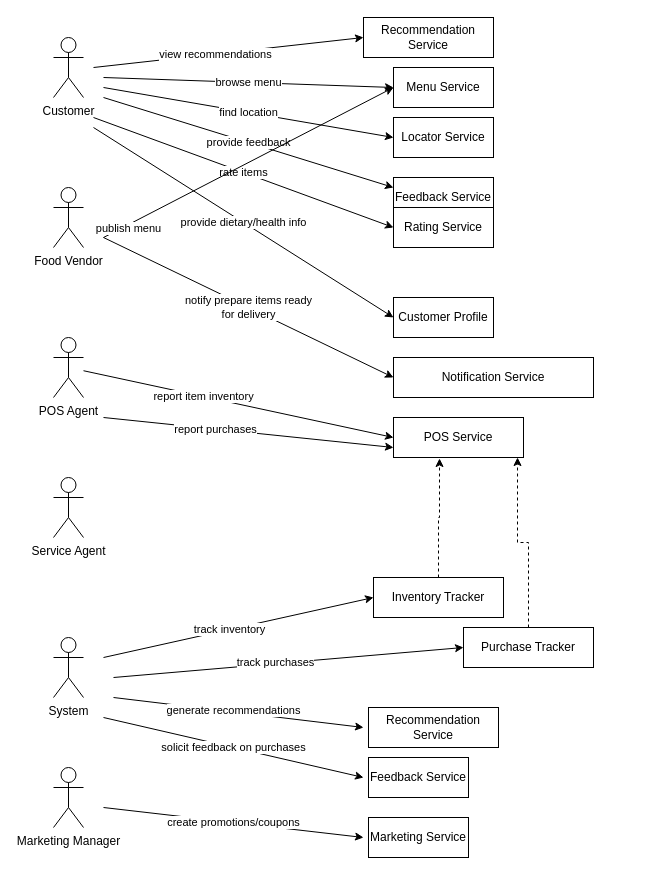
Earlier version of the draw.io diagram Interaction-Diagram.drawio (fridgebenefits/katas). Source tidied: cells renumbered, new cells numbered last; positions are measured from the earlier drawing's top-left corner, leaving out a move shared by most shapes. Both pictures are drawn from the tidied source at 100%, with x=0, y=0 at pixel (53, 17).
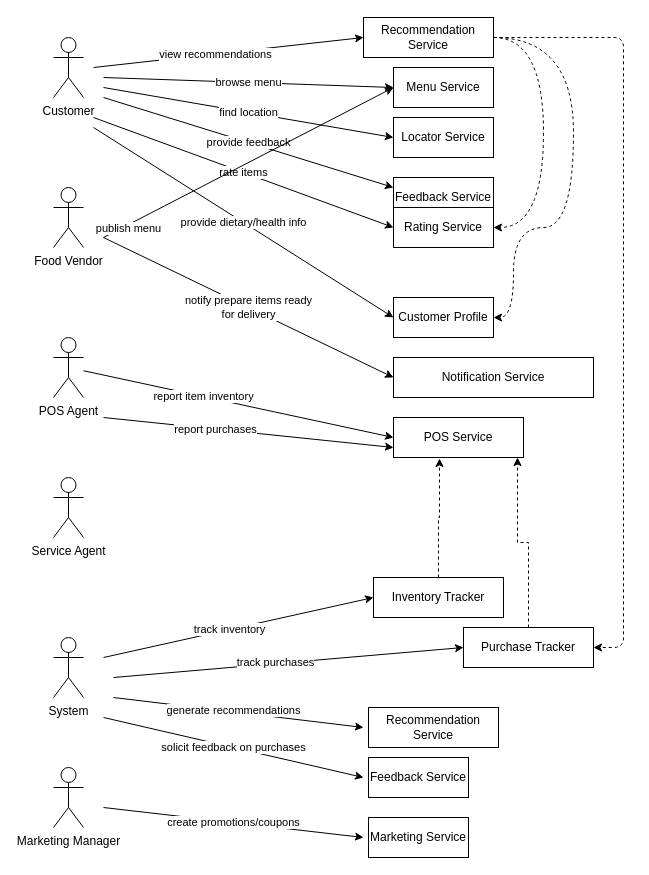
Above is the later version.

Unchanged cells that the change refers to:
```xml
<mxCell id="14" value="Rating Service" style="rounded=0;whiteSpace=wrap;html=1;" parent="1" vertex="1">
  <mxGeometry x="340" y="190" width="100" height="40" as="geometry" />
</mxCell>
<mxCell id="16" value="Customer Profile" style="rounded=0;whiteSpace=wrap;html=1;" parent="1" vertex="1">
  <mxGeometry x="340" y="280" width="100" height="40" as="geometry" />
</mxCell>
<mxCell id="33" value="Purchase Tracker" style="rounded=0;whiteSpace=wrap;html=1;" parent="1" vertex="1">
  <mxGeometry x="410" y="610" width="130" height="40" as="geometry" />
</mxCell>
<mxCell id="40" value="Recommendation Service" style="rounded=0;whiteSpace=wrap;html=1;" parent="1" vertex="1">
  <mxGeometry x="310" width="130" height="40" as="geometry" />
</mxCell>
```

Change to the diagram source:
```diff
@@
+    <mxCell id="45" style="edgeStyle=orthogonalEdgeStyle;rounded=0;jettySize=auto;html=1;entryX=1;entryY=0.5;entryDx=0;entryDy=0;exitX=1;exitY=0.5;exitDx=0;exitDy=0;curved=1;dashed=1;" parent="1" edge="1" source="40" target="14">
+      <mxGeometry relative="1" as="geometry">
+        <Array as="points">
+          <mxPoint x="490" y="20" />
+          <mxPoint x="490" y="210" />
+        </Array>
+      </mxGeometry>
+    </mxCell>
+    <mxCell id="46" style="edgeStyle=orthogonalEdgeStyle;curved=1;rounded=0;jettySize=auto;html=1;entryX=1;entryY=0.5;entryDx=0;entryDy=0;dashed=1;" parent="1" edge="1" target="16">
+      <mxGeometry relative="1" as="geometry">
+        <mxPoint x="440" y="20" as="sourcePoint" />
+        <Array as="points">
+          <mxPoint x="520" y="20" />
+          <mxPoint x="520" y="210" />
+          <mxPoint x="460" y="210" />
+          <mxPoint x="460" y="300" />
+        </Array>
+      </mxGeometry>
+    </mxCell>
@@
+    <mxCell id="47" style="endArrow=classic;html=1;dashed=1;edgeStyle=orthogonalEdgeStyle;exitX=1;exitY=0.5;exitDx=0;exitDy=0;entryX=1;entryY=0.5;entryDx=0;entryDy=0;" parent="1" edge="1" source="40" target="33">
+      <mxGeometry relative="1" as="geometry">
+        <Array as="points">
+          <mxPoint x="570" y="20" />
+          <mxPoint x="570" y="630" />
+        </Array>
+      </mxGeometry>
+    </mxCell>
```
